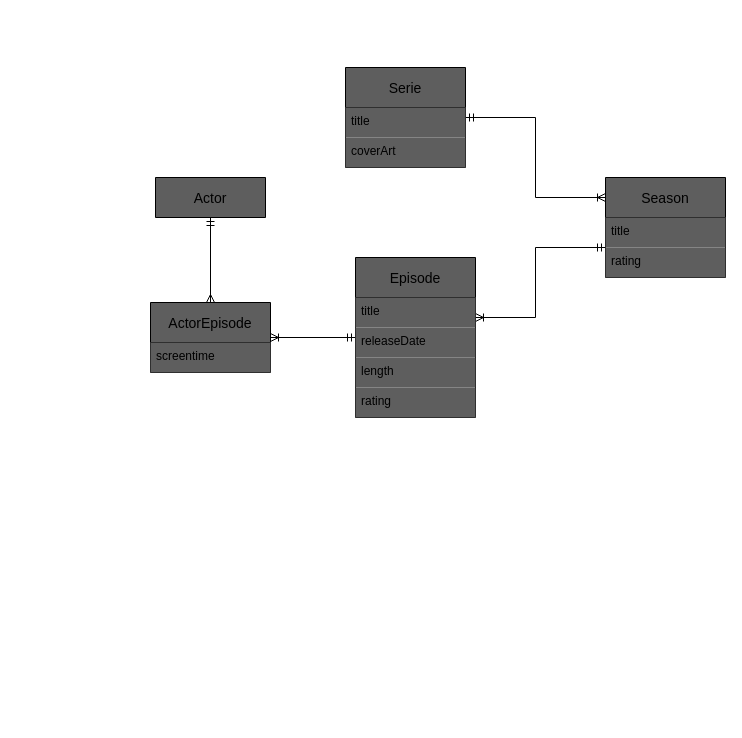
Mazeb9108/dh-rec-individual keeps this draw.io diagram as docs/der.drawio. Above is the earlier version. Source tidied: cells renumbered, new cells numbered last; positions are measured from the earlier drawing's top-left corner, leaving out a move shared by most shapes. Both pictures are drawn from the tidied source at 100%, with x=0, y=0 at pixel (150, 67).
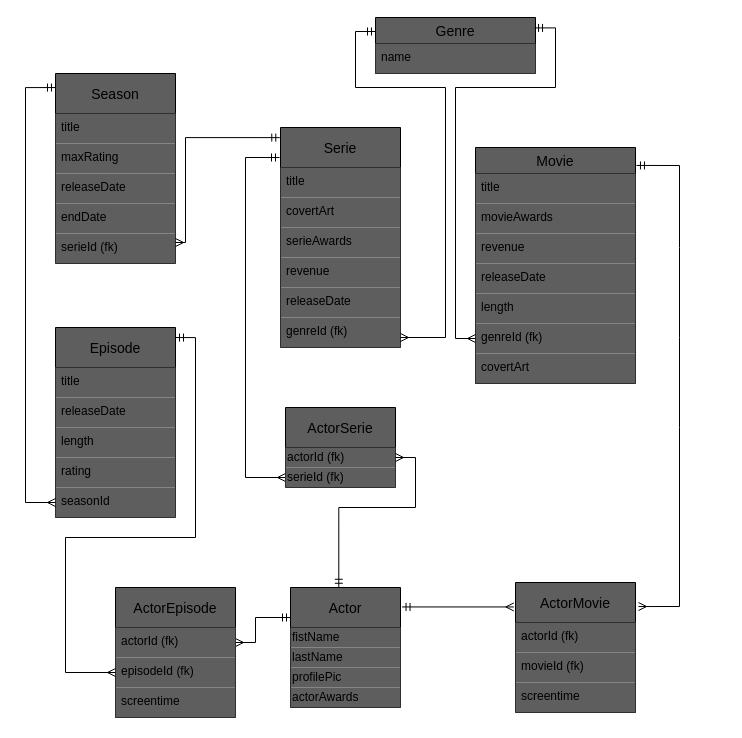
After the change.

Commit message:
cambios tabla

Change to the diagram source:
```diff
@@
-    <mxCell id="2" style="edgeStyle=orthogonalEdgeStyle;rounded=0;jettySize=auto;html=1;startArrow=ERoneToMany;startFill=0;endArrow=ERmandOne;endFill=0;" parent="1" edge="1" source="12" target="6">
-      <mxGeometry relative="1" as="geometry">
-        <Array as="points">
-          <mxPoint x="385" y="250" />
-          <mxPoint x="385" y="180" />
-        </Array>
-      </mxGeometry>
-    </mxCell>
-    <mxCell id="3" style="edgeStyle=orthogonalEdgeStyle;rounded=0;jettySize=auto;html=1;startArrow=ERoneToMany;startFill=0;endArrow=ERmandOne;endFill=0;" parent="1" edge="1" source="6" target="9">
-      <mxGeometry relative="1" as="geometry">
-        <Array as="points">
-          <mxPoint x="385" y="130" />
-          <mxPoint x="385" y="50" />
-        </Array>
-      </mxGeometry>
-    </mxCell>
-    <mxCell id="4" style="edgeStyle=orthogonalEdgeStyle;rounded=0;jettySize=auto;html=1;startArrow=ERoneToMany;startFill=0;endArrow=ERmandOne;endFill=0;" parent="1" edge="1" source="17" target="12">
-      <mxGeometry relative="1" as="geometry" />
-    </mxCell>
-    <mxCell id="5" style="edgeStyle=orthogonalEdgeStyle;rounded=0;jettySize=auto;html=1;startArrow=ERmany;startFill=0;endArrow=ERmandOne;endFill=0;" parent="1" edge="1" source="17" target="19">
-      <mxGeometry relative="1" as="geometry" />
+    <mxCell id="5" style="edgeStyle=orthogonalEdgeStyle;rounded=0;jettySize=auto;html=1;startArrow=ERmany;startFill=0;endArrow=ERmandOne;endFill=0;" parent="1" edge="1" source="18" target="19">
+      <mxGeometry relative="1" as="geometry">
+        <Array as="points">
+          <mxPoint x="105" y="575" />
+          <mxPoint x="105" y="550" />
+        </Array>
+      </mxGeometry>
     </mxCell>
     <mxCell id="6" value="Season" style="swimlane;fontStyle=0;horizontal=1;startSize=40;align=center;fontSize=14;fillColor=#5E5E5E;" parent="1" vertex="1">
-      <mxGeometry x="455" y="110" width="120" height="100" as="geometry" />
+      <mxGeometry x="-95" y="6" width="120" height="190" as="geometry" />
     </mxCell>
@@
-    <mxCell id="8" value="rating" style="text;strokeColor=none;fillColor=#5E5E5E;spacingLeft=4;spacingRight=4;overflow=hidden;points=[[0,0.5],[1,0.5]];portConstraint=eastwest;fontSize=12;" parent="6" vertex="1">
+    <mxCell id="8" value="maxRating" style="text;strokeColor=none;fillColor=#5E5E5E;spacingLeft=4;spacingRight=4;overflow=hidden;points=[[0,0.5],[1,0.5]];portConstraint=eastwest;fontSize=12;" parent="6" vertex="1">
       <mxGeometry y="70" width="120" height="30" as="geometry" />
     </mxCell>
+    <mxCell id="20" value="releaseDate" style="text;strokeColor=none;fillColor=#5E5E5E;spacingLeft=4;spacingRight=4;overflow=hidden;fontSize=12;" parent="6" vertex="1">
+      <mxGeometry y="100" width="120" height="30" as="geometry" />
+    </mxCell>
+    <mxCell id="21" value="endDate" style="text;strokeColor=none;fillColor=#5E5E5E;spacingLeft=4;spacingRight=4;overflow=hidden;fontSize=12;" parent="6" vertex="1">
+      <mxGeometry y="130" width="120" height="30" as="geometry" />
+    </mxCell>
+    <mxCell id="22" value="serieId (fk)" style="text;strokeColor=none;fillColor=#5E5E5E;spacingLeft=4;spacingRight=4;overflow=hidden;points=[[0,0.5],[1,0.5]];portConstraint=eastwest;fontSize=12;" parent="6" vertex="1">
+      <mxGeometry y="160" width="120" height="30" as="geometry" />
+    </mxCell>
     <mxCell id="9" value="Serie" style="swimlane;fontStyle=0;horizontal=1;startSize=40;align=center;fontSize=14;fillColor=#5E5E5E;" parent="1" vertex="1">
-      <mxGeometry x="195" width="120" height="100" as="geometry" />
+      <mxGeometry x="130" y="60" width="120" height="220" as="geometry" />
     </mxCell>
@@
-    <mxCell id="11" value="coverArt" style="text;strokeColor=none;fillColor=#5E5E5E;spacingLeft=4;spacingRight=4;overflow=hidden;fontSize=12;" parent="9" vertex="1">
+    <mxCell id="11" value="covertArt" style="text;strokeColor=none;fillColor=#5E5E5E;spacingLeft=4;spacingRight=4;overflow=hidden;fontSize=12;" parent="9" vertex="1">
       <mxGeometry y="70" width="120" height="30" as="geometry" />
     </mxCell>
+    <mxCell id="23" value="serieAwards" style="text;strokeColor=none;fillColor=#5E5E5E;spacingLeft=4;spacingRight=4;overflow=hidden;fontSize=12;" parent="9" vertex="1">
+      <mxGeometry y="100" width="120" height="30" as="geometry" />
+    </mxCell>
+    <mxCell id="24" value="revenue" style="text;strokeColor=none;fillColor=#5E5E5E;spacingLeft=4;spacingRight=4;overflow=hidden;fontSize=12;" parent="9" vertex="1">
+      <mxGeometry y="130" width="120" height="30" as="geometry" />
+    </mxCell>
+    <mxCell id="25" value="releaseDate" style="text;strokeColor=none;fillColor=#5E5E5E;spacingLeft=4;spacingRight=4;overflow=hidden;fontSize=12;" parent="9" vertex="1">
+      <mxGeometry y="160" width="120" height="30" as="geometry" />
+    </mxCell>
+    <mxCell id="26" value="genreId (fk)" style="text;strokeColor=none;fillColor=#5E5E5E;spacingLeft=4;spacingRight=4;overflow=hidden;points=[[0,0.5],[1,0.5]];portConstraint=eastwest;fontSize=12;" parent="9" vertex="1">
+      <mxGeometry y="190" width="120" height="30" as="geometry" />
+    </mxCell>
     <mxCell id="12" value="Episode" style="swimlane;fontStyle=0;horizontal=1;startSize=40;align=center;fontSize=14;fillColor=#5E5E5E;" parent="1" vertex="1">
-      <mxGeometry x="205" y="190" width="120" height="160" as="geometry" />
+      <mxGeometry x="-95" y="260" width="120" height="190" as="geometry" />
     </mxCell>
@@
+    <mxCell id="27" value="seasonId" style="text;strokeColor=none;fillColor=#5E5E5E;spacingLeft=4;spacingRight=4;overflow=hidden;points=[[0,0.5],[1,0.5]];portConstraint=eastwest;fontSize=12;" parent="12" vertex="1">
+      <mxGeometry y="160" width="120" height="30" as="geometry" />
+    </mxCell>
     <mxCell id="17" value="ActorEpisode" style="swimlane;fontStyle=0;horizontal=1;startSize=40;align=center;fontSize=14;fillColor=#5E5E5E;" parent="1" vertex="1">
-      <mxGeometry y="235" width="120" height="70" as="geometry" />
+      <mxGeometry x="-35" y="520" width="120" height="130" as="geometry" />
     </mxCell>
-    <mxCell id="18" value="screentime" style="text;strokeColor=none;fillColor=#5E5E5E;spacingLeft=4;spacingRight=4;overflow=hidden;points=[[0,0.5],[1,0.5]];portConstraint=eastwest;fontSize=12;" parent="17" vertex="1">
+    <mxCell id="18" value="actorId (fk)" style="text;strokeColor=none;fillColor=#5E5E5E;spacingLeft=4;spacingRight=4;overflow=hidden;points=[[0,0.5],[1,0.5]];portConstraint=eastwest;fontSize=12;" parent="17" vertex="1">
       <mxGeometry y="40" width="120" height="30" as="geometry" />
     </mxCell>
+    <mxCell id="28" value="episodeId (fk)" style="text;strokeColor=none;fillColor=#5E5E5E;spacingLeft=4;spacingRight=4;overflow=hidden;points=[[0,0.5],[1,0.5]];portConstraint=eastwest;fontSize=12;" parent="17" vertex="1">
+      <mxGeometry y="70" width="120" height="30" as="geometry" />
+    </mxCell>
+    <mxCell id="29" value="screentime" style="text;strokeColor=none;fillColor=#5E5E5E;spacingLeft=4;spacingRight=4;overflow=hidden;fontSize=12;" parent="17" vertex="1">
+      <mxGeometry y="100" width="120" height="30" as="geometry" />
+    </mxCell>
-    <mxCell id="19" value="Actor" style="swimlane;fontStyle=0;horizontal=1;startSize=40;align=center;fontSize=14;fillColor=#5E5E5E;" parent="1" vertex="1" collapsed="1">
-      <mxGeometry x="5" y="110" width="110" height="40" as="geometry" />
+    <mxCell id="19" value="Actor" style="swimlane;fontStyle=0;horizontal=1;startSize=40;align=center;fontSize=14;fillColor=#5E5E5E;" parent="1" vertex="1">
+      <mxGeometry x="140" y="520" width="110" height="120" as="geometry" />
     </mxCell>
+    <mxCell id="30" value="fistName" style="text;html=1;align=left;verticalAlign=middle;fillColor=#5E5E5E;" parent="19" vertex="1">
+      <mxGeometry y="40" width="110" height="20" as="geometry" />
+    </mxCell>
+    <mxCell id="31" value="lastName" style="text;html=1;align=left;verticalAlign=middle;fillColor=#5E5E5E;" parent="19" vertex="1">
+      <mxGeometry y="60" width="110" height="20" as="geometry" />
+    </mxCell>
+    <mxCell id="32" value="profilePic" style="text;html=1;align=left;verticalAlign=middle;fillColor=#5E5E5E;" parent="19" vertex="1">
+      <mxGeometry y="80" width="110" height="20" as="geometry" />
+    </mxCell>
+    <mxCell id="33" value="actorAwards" style="text;html=1;align=left;verticalAlign=middle;fillColor=#5E5E5E;" parent="19" vertex="1">
+      <mxGeometry y="100" width="110" height="20" as="geometry" />
+    </mxCell>
+    <mxCell id="34" style="edgeStyle=none;rounded=0;jettySize=auto;html=1;strokeColor=none;endArrow=ERmandOne;endFill=0;startArrow=ERmany;startFill=0;" parent="1" edge="1" source="8">
+      <mxGeometry relative="1" as="geometry">
+        <mxPoint x="-64" y="299" as="targetPoint" />
+        <Array as="points">
+          <mxPoint x="-64" y="250" />
+          <mxPoint x="-64" y="280" />
+        </Array>
+      </mxGeometry>
+    </mxCell>
+    <mxCell id="35" value="Genre" style="swimlane;fontStyle=0;horizontal=1;startSize=26;align=center;fontSize=14;fillColor=#5E5E5E;" parent="1" vertex="1">
+      <mxGeometry x="225" y="-50" width="160" height="56" as="geometry" />
+    </mxCell>
+    <mxCell id="36" value="name" style="text;strokeColor=none;fillColor=#5E5E5E;spacingLeft=4;spacingRight=4;overflow=hidden;fontSize=12;" parent="35" vertex="1">
+      <mxGeometry y="26" width="160" height="30" as="geometry" />
+    </mxCell>
+    <mxCell id="37" style="edgeStyle=none;rounded=0;jettySize=auto;html=1;startArrow=ERmandOne;startFill=0;endArrow=ERmany;endFill=0;entryX=1.025;entryY=0.185;entryDx=0;entryDy=0;entryPerimeter=0;exitX=1.006;exitY=0.076;exitDx=0;exitDy=0;exitPerimeter=0;" parent="1" edge="1" source="38" target="46">
+      <mxGeometry relative="1" as="geometry">
+        <Array as="points">
+          <mxPoint x="529" y="98" />
+          <mxPoint x="529" y="180" />
+          <mxPoint x="529" y="270" />
+          <mxPoint x="529" y="360" />
+          <mxPoint x="529" y="539" />
+        </Array>
+      </mxGeometry>
+    </mxCell>
+    <mxCell id="38" value="Movie" style="swimlane;fontStyle=0;horizontal=1;startSize=26;align=center;fontSize=14;fillColor=#5E5E5E;" parent="1" vertex="1">
+      <mxGeometry x="325" y="80" width="160" height="236" as="geometry" />
+    </mxCell>
+    <mxCell id="39" value="title" style="text;strokeColor=none;fillColor=#5E5E5E;spacingLeft=4;spacingRight=4;overflow=hidden;fontSize=12;" parent="38" vertex="1">
+      <mxGeometry y="26" width="160" height="30" as="geometry" />
+    </mxCell>
+    <mxCell id="40" value="movieAwards" style="text;strokeColor=none;fillColor=#5E5E5E;spacingLeft=4;spacingRight=4;overflow=hidden;fontSize=12;" parent="38" vertex="1">
+      <mxGeometry y="56" width="160" height="30" as="geometry" />
+    </mxCell>
+    <mxCell id="41" value="revenue" style="text;strokeColor=none;fillColor=#5E5E5E;spacingLeft=4;spacingRight=4;overflow=hidden;fontSize=12;" parent="38" vertex="1">
+      <mxGeometry y="86" width="160" height="30" as="geometry" />
+    </mxCell>
+    <mxCell id="42" value="releaseDate" style="text;strokeColor=none;fillColor=#5E5E5E;spacingLeft=4;spacingRight=4;overflow=hidden;fontSize=12;" parent="38" vertex="1">
+      <mxGeometry y="116" width="160" height="30" as="geometry" />
+    </mxCell>
+    <mxCell id="43" value="length" style="text;strokeColor=none;fillColor=#5E5E5E;spacingLeft=4;spacingRight=4;overflow=hidden;fontSize=12;" parent="38" vertex="1">
+      <mxGeometry y="146" width="160" height="30" as="geometry" />
+    </mxCell>
+    <mxCell id="44" value="genreId (fk)" style="text;strokeColor=none;fillColor=#5E5E5E;spacingLeft=4;spacingRight=4;overflow=hidden;points=[[0,0.5],[1,0.5]];portConstraint=eastwest;fontSize=12;" parent="38" vertex="1">
+      <mxGeometry y="176" width="160" height="30" as="geometry" />
+    </mxCell>
+    <mxCell id="45" value="covertArt" style="text;strokeColor=none;fillColor=#5E5E5E;spacingLeft=4;spacingRight=4;overflow=hidden;fontSize=12;" parent="38" vertex="1">
+      <mxGeometry y="206" width="160" height="30" as="geometry" />
+    </mxCell>
+    <mxCell id="46" value="ActorMovie" style="swimlane;fontStyle=0;horizontal=1;startSize=40;align=center;fontSize=14;fillColor=#5E5E5E;" parent="1" vertex="1">
+      <mxGeometry x="365" y="515" width="120" height="130" as="geometry" />
+    </mxCell>
+    <mxCell id="47" value="actorId (fk)" style="text;strokeColor=none;fillColor=#5E5E5E;spacingLeft=4;spacingRight=4;overflow=hidden;fontSize=12;" parent="46" vertex="1">
+      <mxGeometry y="40" width="120" height="30" as="geometry" />
+    </mxCell>
+    <mxCell id="48" value="movieId (fk)" style="text;strokeColor=none;fillColor=#5E5E5E;spacingLeft=4;spacingRight=4;overflow=hidden;fontSize=12;" parent="46" vertex="1">
+      <mxGeometry y="70" width="120" height="30" as="geometry" />
+    </mxCell>
+    <mxCell id="49" value="screentime" style="text;strokeColor=none;fillColor=#5E5E5E;spacingLeft=4;spacingRight=4;overflow=hidden;fontSize=12;" parent="46" vertex="1">
+      <mxGeometry y="100" width="120" height="30" as="geometry" />
+    </mxCell>
+    <mxCell id="50" style="edgeStyle=orthogonalEdgeStyle;rounded=0;jettySize=auto;html=1;exitX=-0.014;exitY=0.188;exitDx=0;exitDy=0;exitPerimeter=0;endArrow=ERmandOne;endFill=0;startArrow=ERmany;startFill=0;entryX=1.014;entryY=0.162;entryDx=0;entryDy=0;entryPerimeter=0;" parent="1" edge="1" source="46" target="19">
+      <mxGeometry relative="1" as="geometry" />
+    </mxCell>
+    <mxCell id="51" style="edgeStyle=orthogonalEdgeStyle;rounded=0;jettySize=auto;html=1;startArrow=ERmany;startFill=0;endArrow=ERmandOne;endFill=0;entryX=0;entryY=0.25;entryDx=0;entryDy=0;" parent="1" edge="1" source="26" target="35">
+      <mxGeometry relative="1" as="geometry">
+        <Array as="points">
+          <mxPoint x="295" y="270" />
+          <mxPoint x="295" y="20" />
+          <mxPoint x="205" y="20" />
+          <mxPoint x="205" y="-36" />
+        </Array>
+      </mxGeometry>
+    </mxCell>
+    <mxCell id="52" style="edgeStyle=orthogonalEdgeStyle;rounded=0;jettySize=auto;html=1;startArrow=ERmany;startFill=0;endArrow=ERmandOne;endFill=0;exitX=0;exitY=0.5;exitDx=0;exitDy=0;entryX=0.994;entryY=0.186;entryDx=0;entryDy=0;entryPerimeter=0;" parent="1" edge="1" source="44" target="35">
+      <mxGeometry relative="1" as="geometry">
+        <Array as="points">
+          <mxPoint x="305" y="271" />
+          <mxPoint x="305" y="20" />
+          <mxPoint x="405" y="20" />
+          <mxPoint x="405" y="-40" />
+        </Array>
+      </mxGeometry>
+    </mxCell>
+    <mxCell id="53" style="edgeStyle=orthogonalEdgeStyle;rounded=0;jettySize=auto;html=1;startArrow=ERmany;startFill=0;endArrow=ERmandOne;endFill=0;entryX=-0.006;entryY=0.046;entryDx=0;entryDy=0;entryPerimeter=0;" parent="1" edge="1" source="22" target="9">
+      <mxGeometry relative="1" as="geometry">
+        <Array as="points">
+          <mxPoint x="35" y="175" />
+          <mxPoint x="35" y="70" />
+        </Array>
+      </mxGeometry>
+    </mxCell>
+    <mxCell id="54" style="edgeStyle=orthogonalEdgeStyle;rounded=0;jettySize=auto;html=1;startArrow=ERmany;startFill=0;endArrow=ERmandOne;endFill=0;entryX=0;entryY=0.074;entryDx=0;entryDy=0;entryPerimeter=0;" parent="1" edge="1" source="27" target="6">
+      <mxGeometry relative="1" as="geometry">
+        <Array as="points">
+          <mxPoint x="-125" y="435" />
+          <mxPoint x="-125" y="20" />
+        </Array>
+      </mxGeometry>
+    </mxCell>
+    <mxCell id="55" style="edgeStyle=orthogonalEdgeStyle;rounded=0;jettySize=auto;html=1;startArrow=ERmany;startFill=0;endArrow=ERmandOne;endFill=0;entryX=1;entryY=0.053;entryDx=0;entryDy=0;entryPerimeter=0;" parent="1" edge="1" source="28" target="12">
+      <mxGeometry relative="1" as="geometry">
+        <Array as="points">
+          <mxPoint x="-85" y="605" />
+          <mxPoint x="-85" y="470" />
+          <mxPoint x="45" y="470" />
+          <mxPoint x="45" y="270" />
+        </Array>
+      </mxGeometry>
+    </mxCell>
+    <mxCell id="56" style="edgeStyle=orthogonalEdgeStyle;rounded=0;jettySize=auto;html=1;startArrow=ERmany;startFill=0;endArrow=ERmandOne;endFill=0;" parent="1" edge="1" source="57">
+      <mxGeometry relative="1" as="geometry">
+        <mxPoint x="129" y="90" as="targetPoint" />
+        <Array as="points">
+          <mxPoint x="95" y="410" />
+          <mxPoint x="95" y="90" />
+        </Array>
+      </mxGeometry>
+    </mxCell>
+    <mxCell id="57" value="ActorSerie" style="swimlane;fontStyle=0;horizontal=1;startSize=40;align=center;fontSize=14;fillColor=#5E5E5E;" parent="1" vertex="1">
+      <mxGeometry x="135" y="340" width="110" height="80" as="geometry" />
+    </mxCell>
+    <mxCell id="58" value="actorId (fk)" style="text;html=1;align=left;verticalAlign=middle;points=[];fillColor=#5E5E5E;" parent="57" vertex="1">
+      <mxGeometry y="40" width="110" height="20" as="geometry" />
+    </mxCell>
+    <mxCell id="59" value="serieId (fk)" style="text;html=1;align=left;verticalAlign=middle;fillColor=#5E5E5E;" parent="57" vertex="1">
+      <mxGeometry y="60" width="110" height="20" as="geometry" />
+    </mxCell>
+    <mxCell id="60" style="edgeStyle=orthogonalEdgeStyle;rounded=0;jettySize=auto;html=1;startArrow=ERmany;startFill=0;endArrow=ERmandOne;endFill=0;entryX=0.439;entryY=-0.002;entryDx=0;entryDy=0;entryPerimeter=0;exitX=1;exitY=0.5;exitDx=0;exitDy=0;exitPerimeter=0;" parent="1" edge="1" source="58" target="19">
+      <mxGeometry relative="1" as="geometry">
+        <Array as="points">
+          <mxPoint x="265" y="390" />
+          <mxPoint x="265" y="440" />
+          <mxPoint x="188" y="440" />
+        </Array>
+      </mxGeometry>
+    </mxCell>
```
